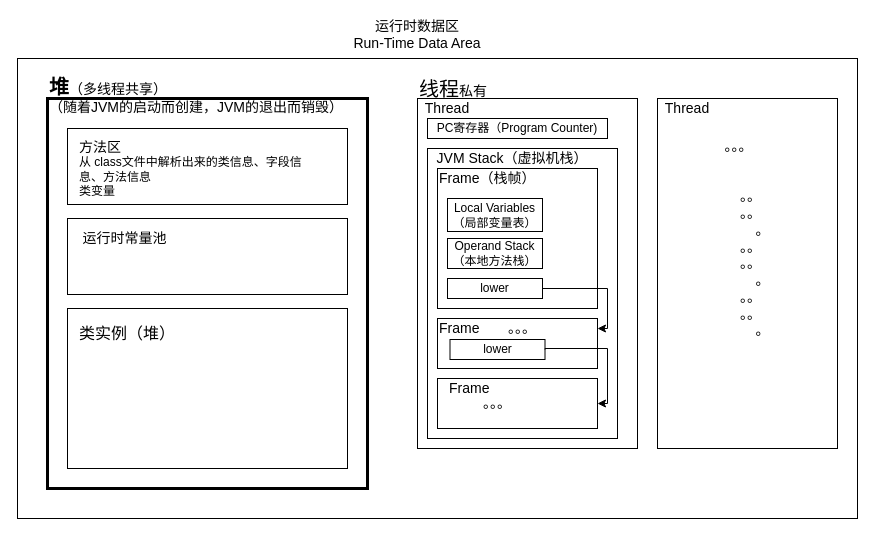
Before: docs/resource/运行时数据区.drawio in nibnait/jvm-demo, a draw.io diagram. Source tidied: cells renumbered, new cells numbered last; positions are measured from the earlier drawing's top-left corner, leaving out a move shared by most shapes. Both pictures are drawn from the tidied source at 100%, with x=0, y=0 at pixel (17, 24).
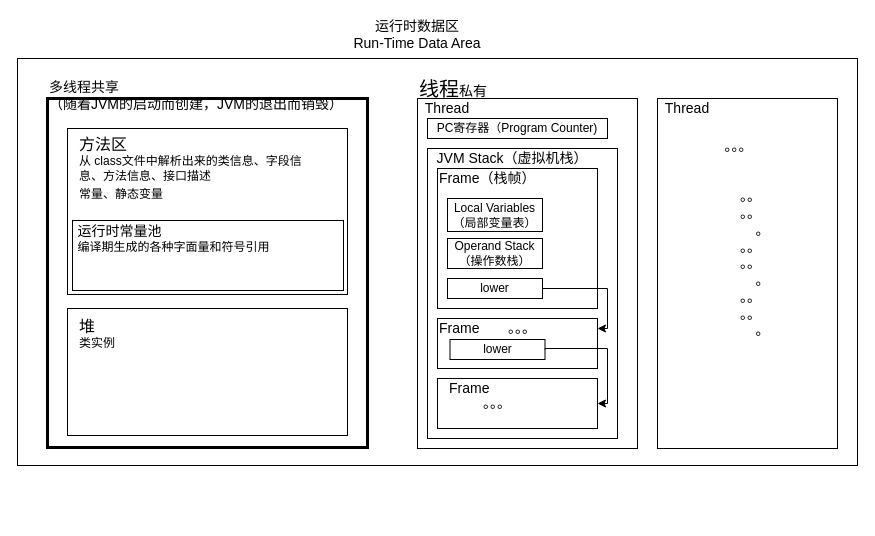
Above is the later version.

Commit message (it also covers changes not shown here):
feat 更正 运行时数据区

What changed in the source:
```diff
@@
     <mxCell id="2" style="rounded=0;whiteSpace=wrap;html=1;" parent="1" vertex="1">
-      <mxGeometry y="34" width="840" height="460" as="geometry" />
+      <mxGeometry y="34" width="840" height="407" as="geometry" />
     </mxCell>
     <mxCell id="3" style="rounded=0;whiteSpace=wrap;html=1;strokeWidth=3;" parent="1" vertex="1">
-      <mxGeometry x="30" y="74" width="320" height="390" as="geometry" />
+      <mxGeometry x="30" y="74" width="320" height="349" as="geometry" />
     </mxCell>
@@
     <mxCell id="6" style="rounded=0;whiteSpace=wrap;html=1;" parent="1" vertex="1">
-      <mxGeometry x="50" y="104" width="280" height="76" as="geometry" />
+      <mxGeometry x="50" y="104" width="280" height="166" as="geometry" />
     </mxCell>
     <mxCell id="7" style="rounded=0;whiteSpace=wrap;html=1;" parent="1" vertex="1">
-      <mxGeometry x="50" y="284" width="280" height="160" as="geometry" />
+      <mxGeometry x="50" y="284" width="280" height="127" as="geometry" />
     </mxCell>
@@
-    <mxCell id="9" value="&lt;b&gt;&lt;font style=&quot;font-size: 20px&quot;&gt;堆&lt;/font&gt;&lt;/b&gt;&lt;span style=&quot;font-size: 14px&quot;&gt;（&lt;/span&gt;&lt;span style=&quot;font-size: 14px&quot;&gt;多线程共享）&lt;/span&gt;&lt;span style=&quot;font-size: 14px&quot;&gt;&lt;br&gt;（随着JVM的启动而创建，JVM的退出而销毁）&lt;/span&gt;" style="text;html=1;strokeColor=none;fillColor=none;align=left;verticalAlign=middle;whiteSpace=wrap;rounded=0;" parent="1" vertex="1">
+    <mxCell id="9" value="&lt;span style=&quot;font-size: 14px&quot;&gt;多线程共享&lt;/span&gt;&lt;span style=&quot;font-size: 14px&quot;&gt;&lt;br&gt;（随着JVM的启动而创建，JVM的退出而销毁）&lt;/span&gt;" style="text;html=1;strokeColor=none;fillColor=none;align=left;verticalAlign=middle;whiteSpace=wrap;rounded=0;" parent="1" vertex="1">
       <mxGeometry x="30" y="61" width="320" height="20" as="geometry" />
     </mxCell>
@@
-    <mxCell id="17" value="&lt;div&gt;&lt;span style=&quot;font-size: 14px&quot;&gt;方法区&lt;/span&gt;&lt;/div&gt;&lt;div&gt;从 class文件中解析出来的类信息、字段信息、方法信息&lt;/div&gt;&lt;div&gt;类变量&lt;/div&gt;" style="text;html=1;strokeColor=none;fillColor=none;align=left;verticalAlign=middle;whiteSpace=wrap;rounded=0;" parent="1" vertex="1">
+    <mxCell id="17" value="&lt;div style=&quot;font-size: 16px&quot;&gt;&lt;font style=&quot;font-size: 16px&quot;&gt;方法区&lt;/font&gt;&lt;/div&gt;&lt;div&gt;&lt;div&gt;&lt;font style=&quot;font-size: 12px&quot;&gt;从 class文件中解析出来的类信息、字段信息、方法信息、接口描述&lt;/font&gt;&lt;/div&gt;&lt;/div&gt;&lt;div style=&quot;font-size: 16px&quot;&gt;&lt;span style=&quot;font-size: 12px&quot;&gt;常量、静态变量&lt;/span&gt;&lt;br&gt;&lt;/div&gt;" style="text;html=1;strokeColor=none;fillColor=none;align=left;verticalAlign=middle;whiteSpace=wrap;rounded=0;" parent="1" vertex="1">
       <mxGeometry x="60" y="134" width="240" height="20" as="geometry" />
     </mxCell>
-    <mxCell id="18" value="&lt;div&gt;&lt;span&gt;&lt;font style=&quot;font-size: 16px&quot;&gt;类实例（堆）&lt;/font&gt;&lt;/span&gt;&lt;br&gt;&lt;/div&gt;" style="text;html=1;strokeColor=none;fillColor=none;align=left;verticalAlign=middle;whiteSpace=wrap;rounded=0;" parent="1" vertex="1">
+    <mxCell id="18" value="&lt;span style=&quot;font-size: 16px&quot;&gt;堆&lt;/span&gt;&lt;div&gt;&lt;span&gt;&lt;font style=&quot;font-size: 12px&quot;&gt;类实例&lt;/font&gt;&lt;/span&gt;&lt;br&gt;&lt;/div&gt;" style="text;html=1;strokeColor=none;fillColor=none;align=left;verticalAlign=middle;whiteSpace=wrap;rounded=0;" parent="1" vertex="1">
       <mxGeometry x="60" y="299" width="230" height="20" as="geometry" />
     </mxCell>
@@
-    <mxCell id="30" value="Operand Stack（本地方法栈）" style="rounded=0;whiteSpace=wrap;html=1;strokeWidth=1;" parent="1" vertex="1">
+    <mxCell id="30" value="Operand Stack（操作数栈）" style="rounded=0;whiteSpace=wrap;html=1;strokeWidth=1;" parent="1" vertex="1">
       <mxGeometry x="430" y="214" width="95" height="30" as="geometry" />
     </mxCell>
@@
     <mxCell id="33" style="rounded=0;whiteSpace=wrap;html=1;" parent="1" vertex="1">
-      <mxGeometry x="50" y="194" width="280" height="76" as="geometry" />
+      <mxGeometry x="55" y="196" width="271" height="70" as="geometry" />
     </mxCell>
-    <mxCell id="34" value="&lt;font style=&quot;font-size: 14px&quot;&gt;运行时常量池&lt;/font&gt;" style="text;html=1;align=center;verticalAlign=middle;" parent="1" vertex="1">
-      <mxGeometry x="60" y="204" width="94" height="19" as="geometry" />
+    <mxCell id="34" value="&lt;div style=&quot;text-align: left&quot;&gt;&lt;span style=&quot;font-size: 14px&quot;&gt;运行时常量池&lt;/span&gt;&lt;/div&gt;&lt;font&gt;&lt;div style=&quot;text-align: left&quot;&gt;&lt;span&gt;编译期生成的各种字面量和符号引用&lt;/span&gt;&lt;/div&gt;&lt;/font&gt;" style="text;html=1;align=center;verticalAlign=middle;" parent="1" vertex="1">
+      <mxGeometry x="55" y="197.5" width="202" height="33" as="geometry" />
     </mxCell>
```
